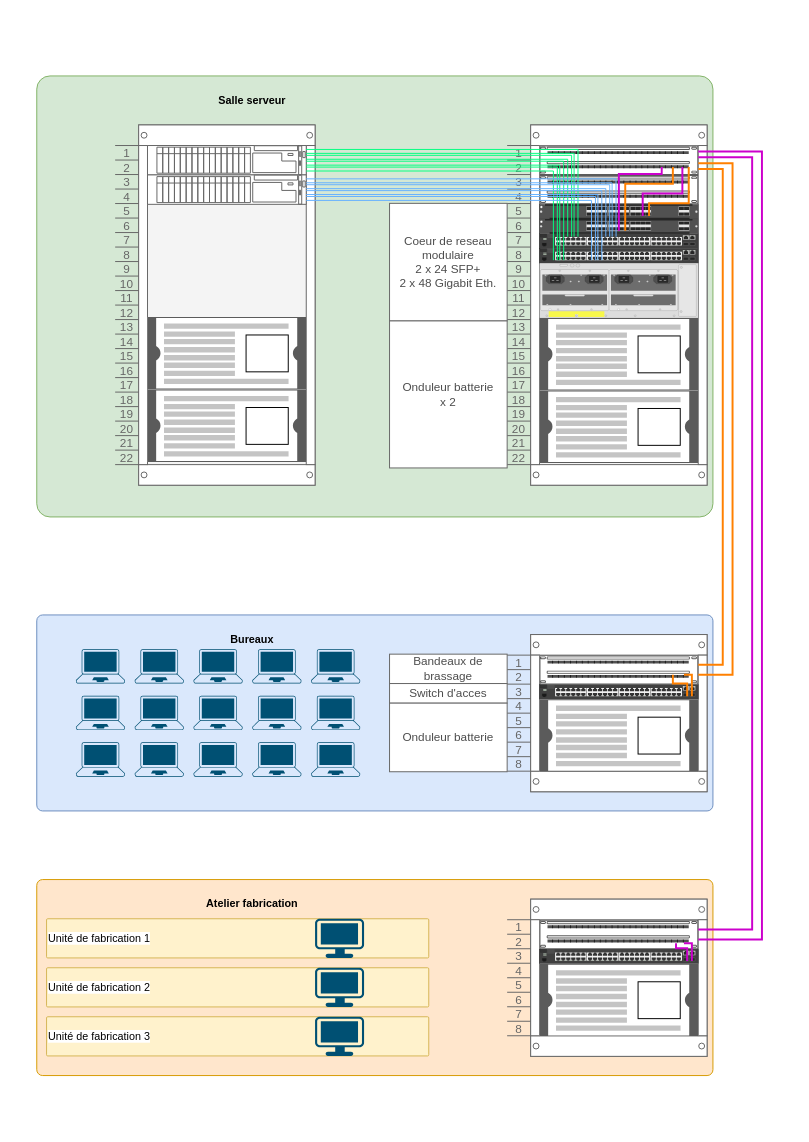
This is page "Topologie" (2 of 4) of 1-1-Materiel-physique/1.1-TP.drawio from No-Name-Academy/Networking-for-noobs, a draw.io file, before an edit. Source tidied: cells renumbered, new cells numbered last; positions are measured from the earlier drawing's top-left corner, leaving out a move shared by most shapes. Both pictures are drawn from the tidied source at 98%, with x=0, y=0 at pixel (36, 75).
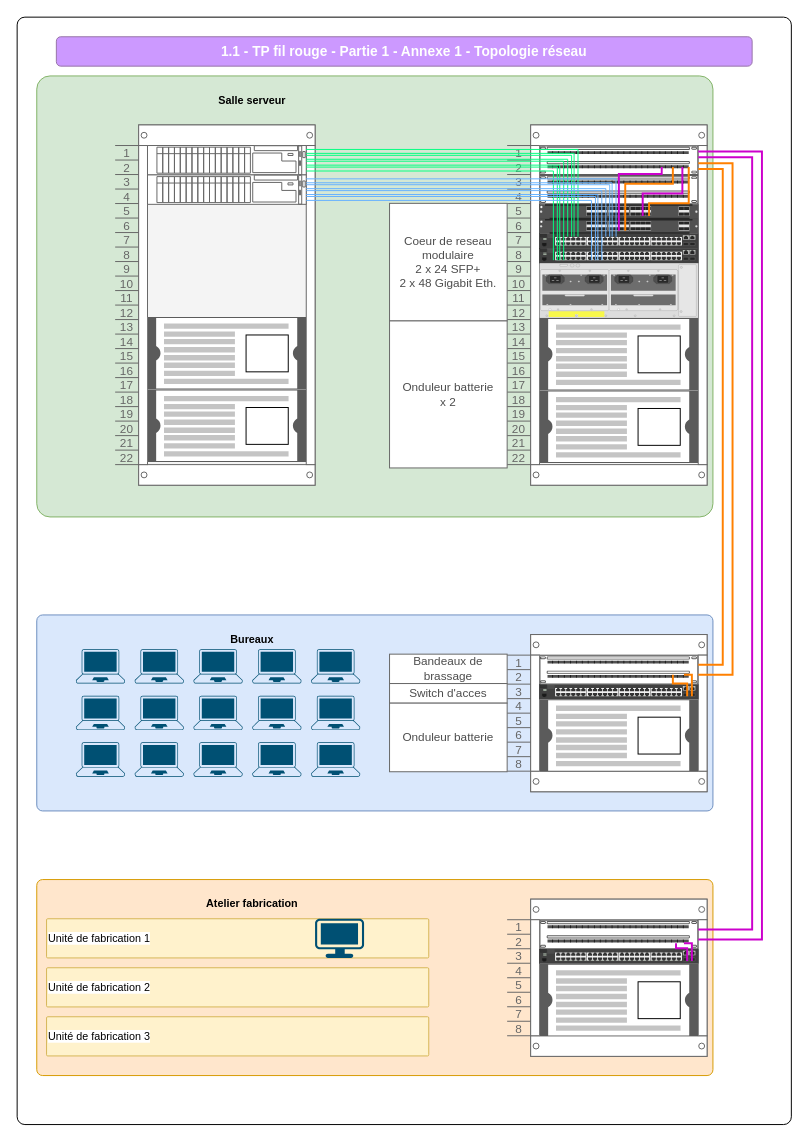
The same page after the edit.

Change to the diagram source:
```diff
@@
+    <mxCell id="80" style="rounded=1;whiteSpace=wrap;html=1;arcSize=1;" parent="1" vertex="1">
+      <mxGeometry x="-20" y="-60" width="790" height="1130" as="geometry" />
+    </mxCell>
+    <mxCell id="81" value="1.1 - TP fil rouge - Partie 1 - Annexe 1 - Topologie réseau" style="rounded=1;whiteSpace=wrap;html=1;fillColor=#CC99FF;strokeColor=#9673a6;fontColor=#FFFFFF;fontSize=14;fontStyle=1;" parent="1" vertex="1">
+      <mxGeometry x="20" y="-40" width="710" height="30" as="geometry" />
+    </mxCell>
@@
-    <mxCell id="78" style="verticalLabelPosition=bottom;sketch=0;html=1;verticalAlign=top;align=center;shape=mxgraph.cisco19.workstation;fillColor=#005073;strokeColor=none;" parent="1" vertex="1">
-      <mxGeometry x="284" y="910" width="50" height="40" as="geometry" />
-    </mxCell>
-    <mxCell id="79" style="verticalLabelPosition=bottom;sketch=0;html=1;verticalAlign=top;align=center;shape=mxgraph.cisco19.workstation;fillColor=#005073;strokeColor=none;" parent="1" vertex="1">
-      <mxGeometry x="284" y="960" width="50" height="40" as="geometry" />
-    </mxCell>
```
